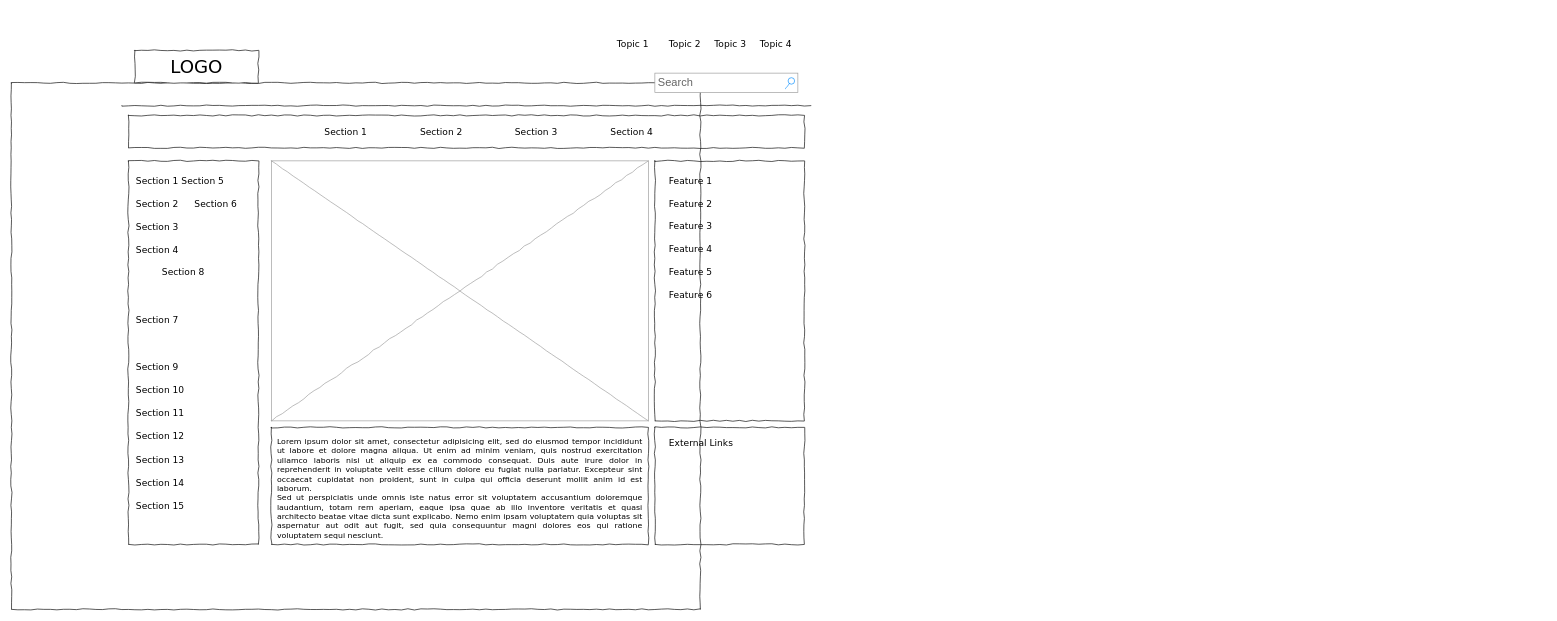
Before: page "Cadastros-Allan" (3 of 3) of WebAppAgendamentoFisio.drawio in Allandpn/PUCMInas-Eixo06, a draw.io diagram. Source tidied: cells renumbered, new cells numbered last; positions are measured from the earlier drawing's top-left corner, leaving out a move shared by most shapes. Both pictures are drawn from the tidied source at 65%, with x=0, y=0 at pixel (11, 37).
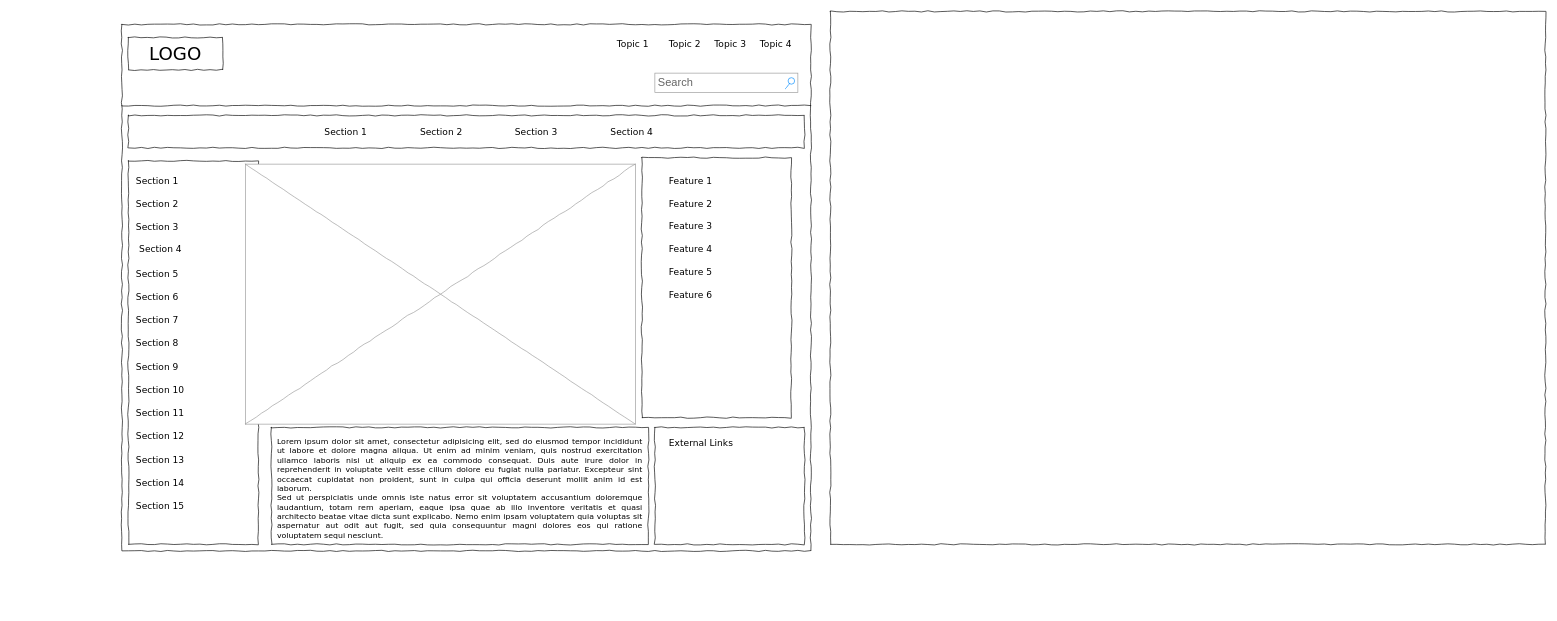
Above is the later version.

The edit, as a diff of the source:
```diff
@@
     <mxCell id="2" style="whiteSpace=wrap;html=1;rounded=0;shadow=0;labelBackgroundColor=none;strokeColor=#000000;strokeWidth=1;fillColor=none;fontFamily=Verdana;fontSize=12;fontColor=#000000;align=center;comic=1;" parent="1" vertex="1">
-      <mxGeometry y="70" width="1060" height="810" as="geometry" />
+      <mxGeometry x="170" y="-20" width="1060" height="810" as="geometry" />
     </mxCell>
     <mxCell id="3" value="LOGO" style="whiteSpace=wrap;html=1;rounded=0;shadow=0;labelBackgroundColor=none;strokeWidth=1;fontFamily=Verdana;fontSize=28;align=center;comic=1;" parent="1" vertex="1">
-      <mxGeometry x="190" y="20" width="190" height="50" as="geometry" />
+      <mxGeometry x="180" width="145" height="50" as="geometry" />
     </mxCell>
@@
     <mxCell id="17" style="verticalLabelPosition=bottom;shadow=0;dashed=0;align=center;html=1;verticalAlign=top;strokeWidth=1;shape=mxgraph.mockup.graphics.simpleIcon;strokeColor=#999999;rounded=0;labelBackgroundColor=none;fontFamily=Verdana;fontSize=14;fontColor=#000000;comic=1;" parent="1" vertex="1">
-      <mxGeometry x="400" y="190" width="580" height="400" as="geometry" />
+      <mxGeometry x="360" y="195" width="600" height="400" as="geometry" />
     </mxCell>
     <mxCell id="18" style="whiteSpace=wrap;html=1;rounded=0;shadow=0;labelBackgroundColor=none;strokeWidth=1;fillColor=none;fontFamily=Verdana;fontSize=12;align=center;comic=1;" parent="1" vertex="1">
-      <mxGeometry x="990" y="190" width="230" height="400" as="geometry" />
+      <mxGeometry x="970" y="185" width="230" height="400" as="geometry" />
     </mxCell>
@@
     <mxCell id="23" value="Section 4" style="text;html=1;align=left;verticalAlign=top;spacingTop=-4;fontSize=14;fontFamily=Verdana;" parent="1" vertex="1">
-      <mxGeometry x="190" y="317" width="170" height="20" as="geometry" />
+      <mxGeometry x="195" y="315" width="170" height="20" as="geometry" />
     </mxCell>
@@
     <mxCell id="25" value="Section 8" style="text;html=1;align=left;verticalAlign=top;spacingTop=-4;fontSize=14;fontFamily=Verdana;" parent="1" vertex="1">
-      <mxGeometry x="230" y="350" width="170" height="20" as="geometry" />
+      <mxGeometry x="190" y="460" width="170" height="20" as="geometry" />
     </mxCell>
@@
     <mxCell id="32" value="Section 5" style="text;html=1;align=left;verticalAlign=top;spacingTop=-4;fontSize=14;fontFamily=Verdana;" parent="1" vertex="1">
-      <mxGeometry x="260" y="210" width="170" height="20" as="geometry" />
+      <mxGeometry x="190" y="353" width="170" height="20" as="geometry" />
     </mxCell>
     <mxCell id="33" value="Section 6" style="text;html=1;align=left;verticalAlign=top;spacingTop=-4;fontSize=14;fontFamily=Verdana;" parent="1" vertex="1">
-      <mxGeometry x="280" y="246" width="170" height="20" as="geometry" />
+      <mxGeometry x="190" y="389" width="170" height="20" as="geometry" />
     </mxCell>
@@
+    <mxCell id="42" style="whiteSpace=wrap;html=1;rounded=0;shadow=0;labelBackgroundColor=none;strokeColor=#000000;strokeWidth=1;fillColor=none;fontFamily=Verdana;fontSize=12;fontColor=#000000;align=center;comic=1;" parent="1" vertex="1">
+      <mxGeometry x="1260" y="-40" width="1100" height="820" as="geometry" />
+    </mxCell>
```
